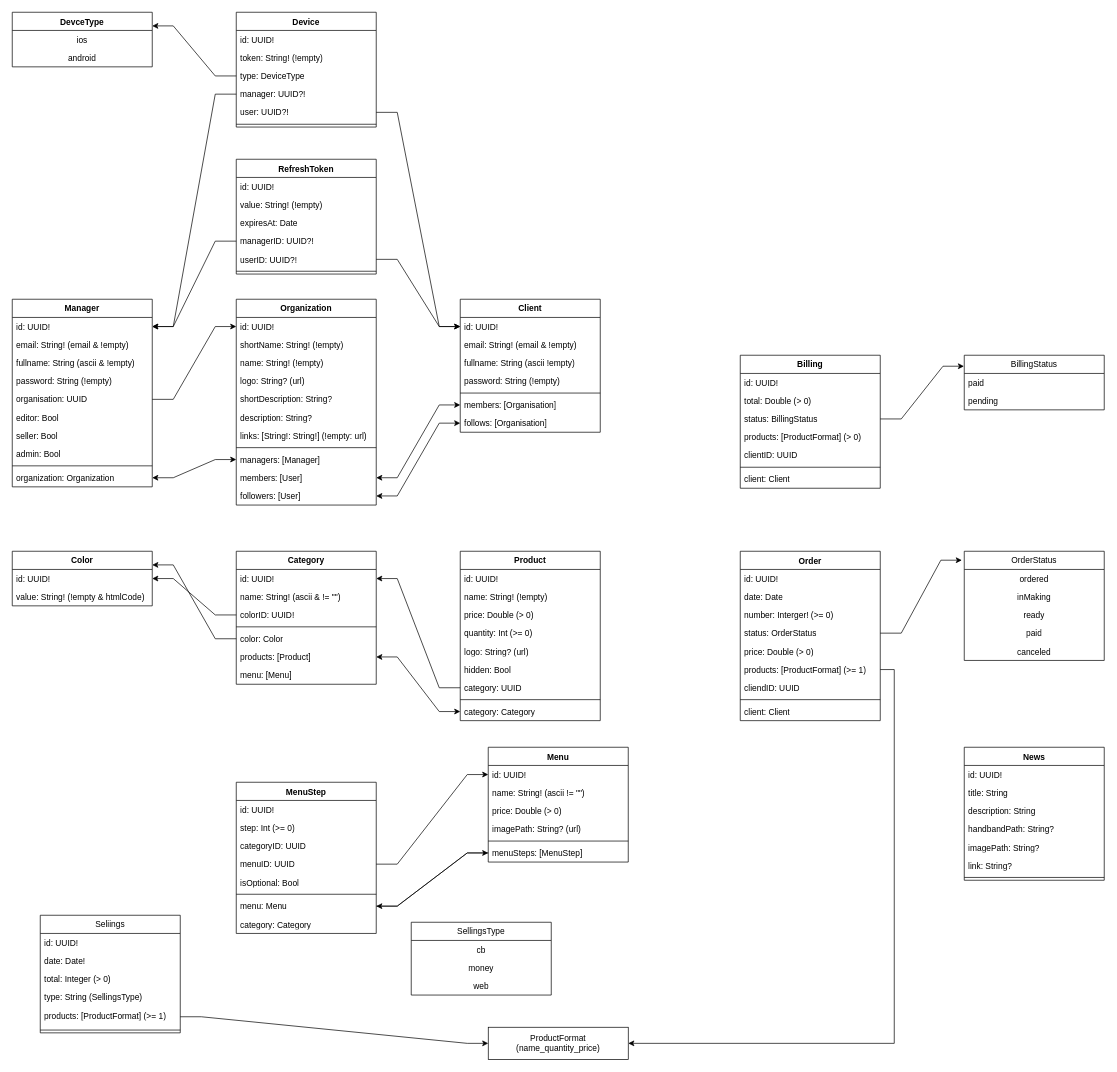
FlorianClaisse/drawio keeps this draw.io diagram as Labeli DB.drawio. Above is the earlier version. Source tidied: cells renumbered, new cells numbered last; positions are measured from the earlier drawing's top-left corner, leaving out a move shared by most shapes. Both pictures are drawn from the tidied source at 70%, with x=0, y=0 at pixel (12, 12).
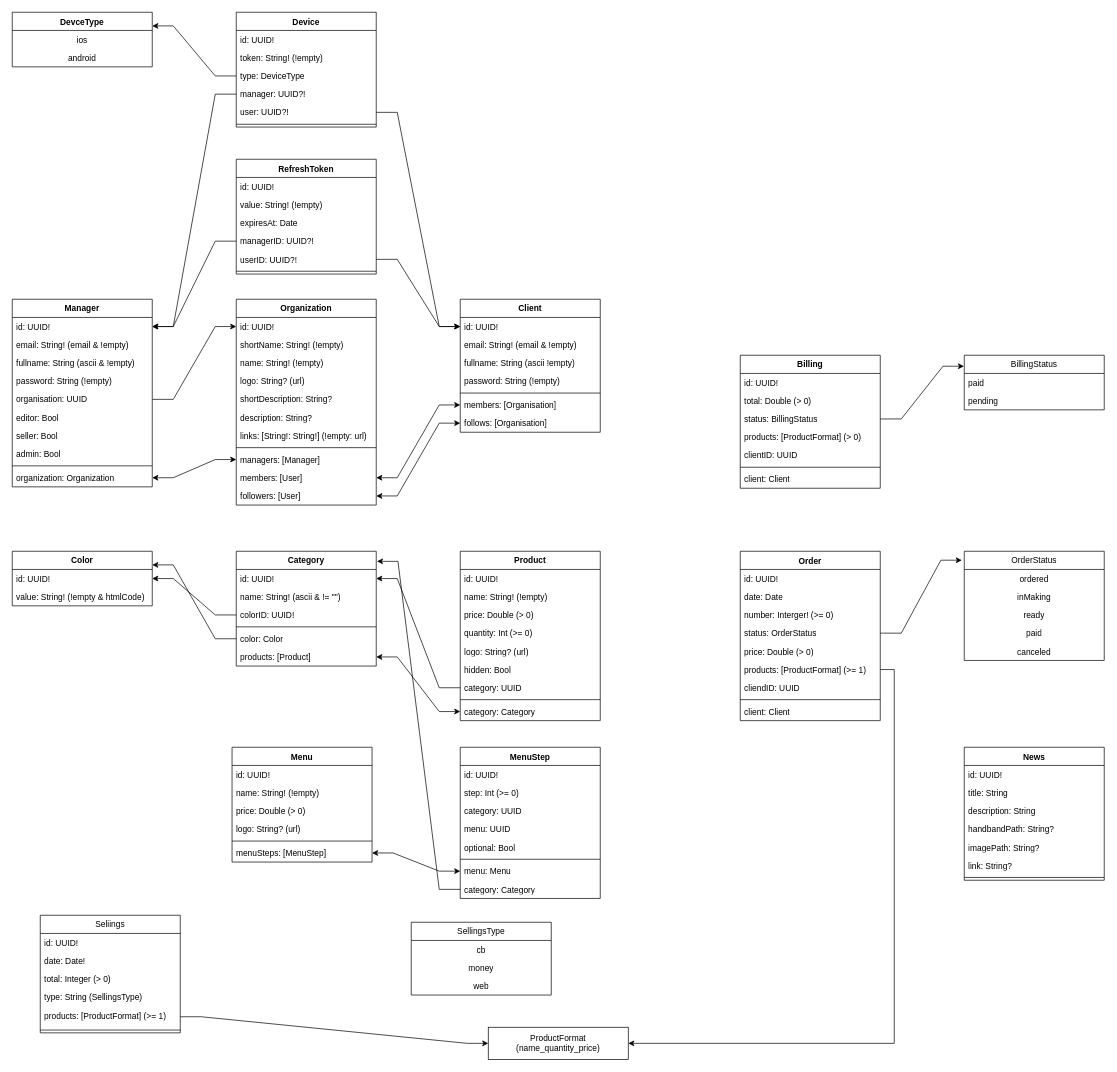
Above is the later version.

Commit message (it also covers changes not shown here):
Mettre à jour Labeli DB.drawio

Unchanged cells that the change refers to:
```xml
<mxCell id="50" value="id: UUID!" style="text;strokeColor=none;fillColor=none;align=left;verticalAlign=top;spacingLeft=4;spacingRight=4;overflow=hidden;points=[[0,0.5],[1,0.5]];portConstraint=eastwest;whiteSpace=wrap;html=1;" parent="49" vertex="1">
  <mxGeometry y="26" width="200" height="26" as="geometry" />
</mxCell>
<mxCell id="55" value="menuSteps: [MenuStep]" style="text;strokeColor=none;fillColor=none;align=left;verticalAlign=top;spacingLeft=4;spacingRight=4;overflow=hidden;points=[[0,0.5],[1,0.5]];portConstraint=eastwest;whiteSpace=wrap;html=1;" parent="49" vertex="1">
  <mxGeometry y="138" width="200" height="26" as="geometry" />
</mxCell>
<mxCell id="63" value="menu: Menu" style="text;strokeColor=none;fillColor=none;align=left;verticalAlign=top;spacingLeft=4;spacingRight=4;overflow=hidden;points=[[0,0.5],[1,0.5]];portConstraint=eastwest;whiteSpace=wrap;html=1;" parent="56" vertex="1">
  <mxGeometry y="164" width="200" height="26" as="geometry" />
</mxCell>
<mxCell id="64" value="category: Category" style="text;strokeColor=none;fillColor=none;align=left;verticalAlign=top;spacingLeft=4;spacingRight=4;overflow=hidden;points=[[0,0.5],[1,0.5]];portConstraint=eastwest;whiteSpace=wrap;html=1;" parent="56" vertex="1">
  <mxGeometry y="190" width="200" height="26" as="geometry" />
</mxCell>
```

The edit, as a diff of the source:
```diff
@@
     <mxCell id="2" value="Category" style="swimlane;fontStyle=1;horizontal=1;startSize=26;fillColor=none;whiteSpace=wrap;html=1;" parent="1" vertex="1">
-      <mxGeometry x="320" y="770" width="200" height="190" as="geometry" />
+      <mxGeometry x="320" y="770" width="200" height="164" as="geometry" />
     </mxCell>
@@
-    <mxCell id="9" value="menu: [Menu]" style="text;strokeColor=none;fillColor=none;align=left;verticalAlign=top;spacingLeft=4;spacingRight=4;overflow=hidden;whiteSpace=wrap;html=1;" parent="2" vertex="1">
-      <mxGeometry y="164" width="200" height="26" as="geometry" />
-    </mxCell>
@@
     <mxCell id="49" value="Menu" style="swimlane;fontStyle=1;align=center;verticalAlign=top;horizontal=1;startSize=26;whiteSpace=wrap;html=1;" parent="1" vertex="1">
-      <mxGeometry x="680" y="1050" width="200" height="164" as="geometry" />
+      <mxGeometry x="314" y="1050" width="200" height="164" as="geometry" />
     </mxCell>
@@
-    <mxCell id="51" value="name: String! (ascii != &quot;&quot;)" style="text;strokeColor=none;fillColor=none;align=left;verticalAlign=top;spacingLeft=4;spacingRight=4;overflow=hidden;whiteSpace=wrap;html=1;" parent="49" vertex="1">
+    <mxCell id="51" value="name: String! (!empty)" style="text;strokeColor=none;fillColor=none;align=left;verticalAlign=top;spacingLeft=4;spacingRight=4;overflow=hidden;whiteSpace=wrap;html=1;" parent="49" vertex="1">
       <mxGeometry y="52" width="200" height="26" as="geometry" />
     </mxCell>
@@
-    <mxCell id="53" value="imagePath: String? (url)" style="text;strokeColor=none;fillColor=none;align=left;verticalAlign=top;spacingLeft=4;spacingRight=4;overflow=hidden;whiteSpace=wrap;html=1;" parent="49" vertex="1">
+    <mxCell id="53" value="logo: String? (url)" style="text;strokeColor=none;fillColor=none;align=left;verticalAlign=top;spacingLeft=4;spacingRight=4;overflow=hidden;whiteSpace=wrap;html=1;" parent="49" vertex="1">
       <mxGeometry y="104" width="200" height="26" as="geometry" />
     </mxCell>
@@
     <mxCell id="56" value="MenuStep" style="swimlane;fontStyle=1;align=center;verticalAlign=top;horizontal=1;startSize=26;whiteSpace=wrap;html=1;" parent="1" vertex="1">
-      <mxGeometry x="320" y="1100" width="200" height="216" as="geometry" />
+      <mxGeometry x="640" y="1050" width="200" height="216" as="geometry" />
     </mxCell>
@@
-    <mxCell id="59" value="categoryID: UUID" style="text;strokeColor=none;fillColor=none;align=left;verticalAlign=top;spacingLeft=4;spacingRight=4;overflow=hidden;whiteSpace=wrap;html=1;" parent="56" vertex="1">
+    <mxCell id="59" value="category: UUID" style="text;strokeColor=none;fillColor=none;align=left;verticalAlign=top;spacingLeft=4;spacingRight=4;overflow=hidden;whiteSpace=wrap;html=1;" parent="56" vertex="1">
       <mxGeometry y="78" width="200" height="26" as="geometry" />
     </mxCell>
-    <mxCell id="60" value="menuID: UUID" style="text;strokeColor=none;fillColor=none;align=left;verticalAlign=top;spacingLeft=4;spacingRight=4;overflow=hidden;points=[[0,0.5],[1,0.5]];portConstraint=eastwest;whiteSpace=wrap;html=1;" parent="56" vertex="1">
+    <mxCell id="60" value="menu: UUID" style="text;strokeColor=none;fillColor=none;align=left;verticalAlign=top;spacingLeft=4;spacingRight=4;overflow=hidden;points=[[0,0.5],[1,0.5]];portConstraint=eastwest;whiteSpace=wrap;html=1;" parent="56" vertex="1">
       <mxGeometry y="104" width="200" height="26" as="geometry" />
     </mxCell>
-    <mxCell id="61" value="isOptional: Bool" style="text;strokeColor=none;fillColor=none;align=left;verticalAlign=top;spacingLeft=4;spacingRight=4;overflow=hidden;whiteSpace=wrap;html=1;" parent="56" vertex="1">
+    <mxCell id="61" value="optional: Bool" style="text;strokeColor=none;fillColor=none;align=left;verticalAlign=top;spacingLeft=4;spacingRight=4;overflow=hidden;whiteSpace=wrap;html=1;" parent="56" vertex="1">
       <mxGeometry y="130" width="200" height="26" as="geometry" />
     </mxCell>
@@
-    <mxCell id="65" style="edgeStyle=entityRelationEdgeStyle;rounded=0;jettySize=auto;html=1;exitX=1;exitY=0.5;exitDx=0;exitDy=0;entryX=0;entryY=0.5;entryDx=0;entryDy=0;" parent="1" edge="1" source="63" target="55">
-      <mxGeometry relative="1" as="geometry" />
-    </mxCell>
-    <mxCell id="66" style="edgeStyle=entityRelationEdgeStyle;rounded=0;jettySize=auto;html=1;exitX=0;exitY=0.5;exitDx=0;exitDy=0;entryX=1;entryY=0.5;entryDx=0;entryDy=0;" parent="1" edge="1" source="55" target="63">
-      <mxGeometry relative="1" as="geometry" />
-    </mxCell>
-    <mxCell id="67" style="edgeStyle=entityRelationEdgeStyle;rounded=0;jettySize=auto;html=1;exitX=1;exitY=0.5;exitDx=0;exitDy=0;entryX=0;entryY=0.5;entryDx=0;entryDy=0;" parent="1" edge="1" source="60" target="50">
-      <mxGeometry relative="1" as="geometry" />
-    </mxCell>
@@
+    <mxCell id="65" style="edgeStyle=entityRelationEdgeStyle;rounded=0;jettySize=auto;html=1;exitX=0;exitY=0.5;exitDx=0;exitDy=0;entryX=1;entryY=0.5;entryDx=0;entryDy=0;startArrow=classic;startFill=1;" parent="1" edge="1" source="63" target="55">
+      <mxGeometry relative="1" as="geometry" />
+    </mxCell>
+    <mxCell id="154" style="edgeStyle=entityRelationEdgeStyle;rounded=0;jettySize=auto;html=1;exitX=0;exitY=0.5;exitDx=0;exitDy=0;entryX=1.005;entryY=0.088;entryDx=0;entryDy=0;entryPerimeter=0;" parent="1" edge="1" source="64" target="2">
+      <mxGeometry relative="1" as="geometry" />
+    </mxCell>
```
